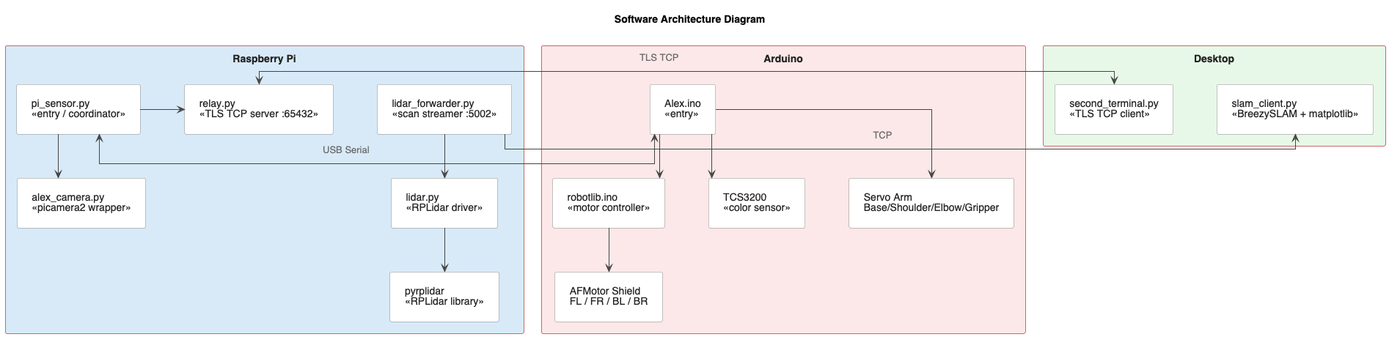
Earlier version of the PlantUML export code1/diagrams/Software_Architecture_Diagram.png (vanillashake17/epp2-updated). Its diagram source:
```plantuml
@startuml arch_software
skinparam backgroundColor white
skinparam defaultFontName "Helvetica"
skinparam ArrowColor #444444
skinparam ArrowFontColor #666666
skinparam linetype ortho
skinparam nodesep 60
skinparam ranksep 60
skinparam padding 10

skinparam rectangle {
  BackgroundColor #fce8e8
  BorderColor #cc6666
  FontColor #222222
}

skinparam component {
  BackgroundColor #ffffff
  BorderColor #888888
  FontColor #222222
  Style rectangle
}

skinparam note {
  BackgroundColor #f0f0f0
  BorderColor #aaaaaa
  FontColor #333333
}

title Software Architecture Diagram

rectangle "Arduino" as arduino_box #fce8e8 {
  component "Alex.ino\n«entry»" as alex
  component "robotlib.ino\n«motor controller»" as robotlib
  component "TCS3200\n«color sensor»" as tcs
  component "Servo Arm\nBase/Shoulder/Elbow/Gripper" as servo
  component "AFMotor Shield\nFL / FR / BL / BR" as motors

  alex -down-> robotlib
  alex -down-> tcs
  alex -down-> servo
  robotlib -down-> motors
}

rectangle "Raspberry Pi" as pi_box #d8eaf8 {
  component "pi_sensor.py\n«entry / coordinator»" as pi_sensor
  component "alex_camera.py\n«picamera2 wrapper»" as alex_camera
  component "lidar.py\n«RPLidar driver»" as lidar_drv
  component "pyrplidar\n«RPLidar library»" as pyrplidar
  component "relay.py\n«TLS TCP server :65432»" as relay
  component "lidar_forwarder.py\n«scan streamer :5002»" as lidar_fwd

  pi_sensor -down-> alex_camera
  pi_sensor -right-> relay
  lidar_fwd -down-> lidar_drv
  lidar_drv -down-> pyrplidar
}

rectangle "Desktop" as desktop_box #e8f8e8 {
  component "second_terminal.py\n«TLS TCP client»" as second_term
  component "slam_client.py\n«BreezySLAM + matplotlib»" as slam_client
}

alex <-right-> pi_sensor : USB Serial


relay <-right-> second_term : TLS TCP

lidar_fwd -right-> slam_client : TCP

@enduml
```
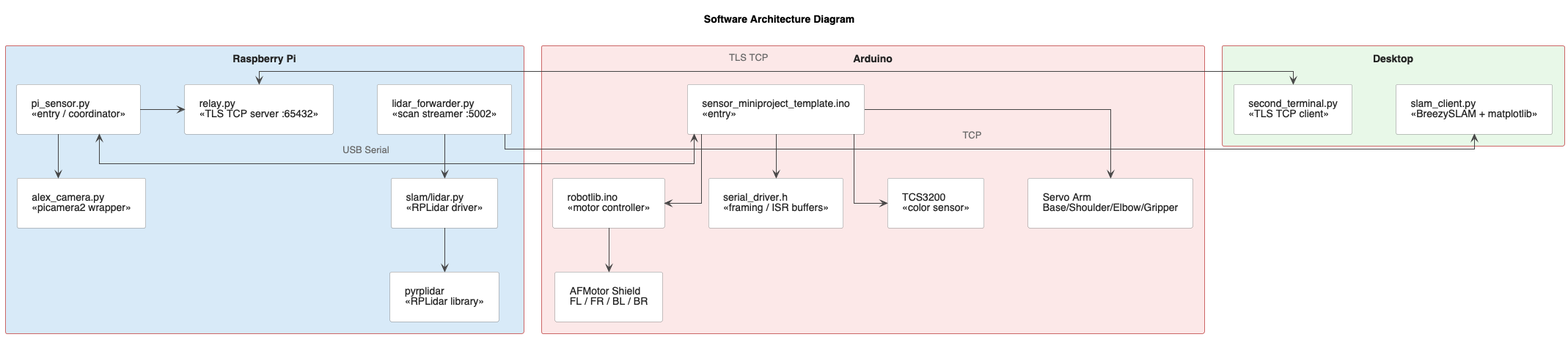
After the change.

Commit message:
Update software architecture UML to match new code

Diff of the diagram source:
```diff
@@ -21,22 +21,18 @@
   Style rectangle
 }
 
-skinparam note {
-  BackgroundColor #f0f0f0
-  BorderColor #aaaaaa
-  FontColor #333333
-}
-
 title Software Architecture Diagram
 
 rectangle "Arduino" as arduino_box #fce8e8 {
-  component "Alex.ino\n«entry»" as alex
+  component "sensor_miniproject_template.ino\n«entry»" as alex
   component "robotlib.ino\n«motor controller»" as robotlib
+  component "serial_driver.h\n«framing / ISR buffers»" as serial_drv
   component "TCS3200\n«color sensor»" as tcs
   component "Servo Arm\nBase/Shoulder/Elbow/Gripper" as servo
   component "AFMotor Shield\nFL / FR / BL / BR" as motors
 
   alex -down-> robotlib
+  alex -down-> serial_drv
   alex -down-> tcs
   alex -down-> servo
   robotlib -down-> motors
@@ -45,10 +41,10 @@
 rectangle "Raspberry Pi" as pi_box #d8eaf8 {
   component "pi_sensor.py\n«entry / coordinator»" as pi_sensor
   component "alex_camera.py\n«picamera2 wrapper»" as alex_camera
-  component "lidar.py\n«RPLidar driver»" as lidar_drv
-  component "pyrplidar\n«RPLidar library»" as pyrplidar
   component "relay.py\n«TLS TCP server :65432»" as relay
   component "lidar_forwarder.py\n«scan streamer :5002»" as lidar_fwd
+  component "slam/lidar.py\n«RPLidar driver»" as lidar_drv
+  component "pyrplidar\n«RPLidar library»" as pyrplidar
 
   pi_sensor -down-> alex_camera
   pi_sensor -right-> relay
@@ -63,7 +59,6 @@
 
 alex <-right-> pi_sensor : USB Serial
 
-
 relay <-right-> second_term : TLS TCP
 
 lidar_fwd -right-> slam_client : TCP
```
